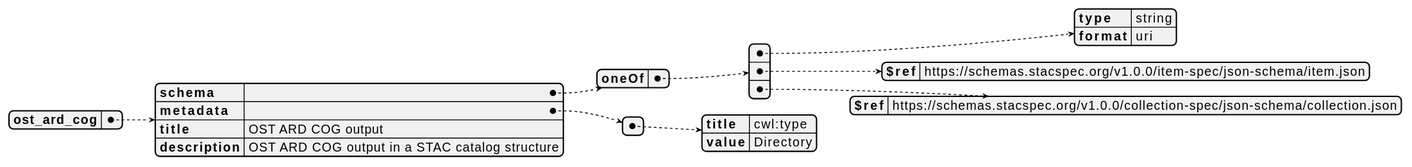
The PlantUML diagram docs/s1_subworkflow/ogc_processes_outputs.svg in Terradue/eoap-open-sar-toolkit, before a commit.
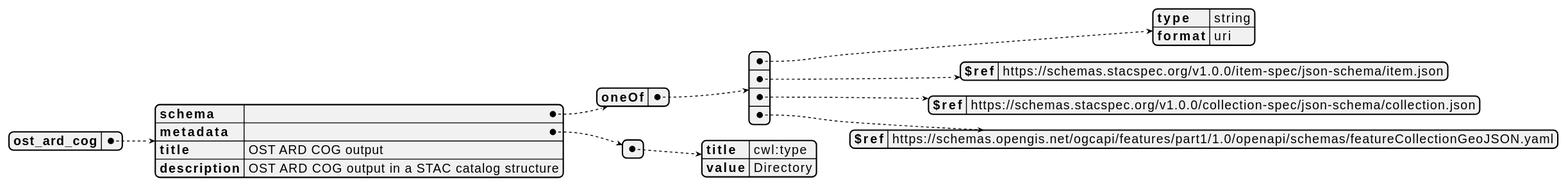
After the change.

Change to the diagram source:
```diff
@@ -12,6 +12,9 @@
         },
         {
           "$ref": "https://schemas.stacspec.org/v1.0.0/collection-spec/json-schema/collection.json"
+        },
+        {
+          "$ref": "https://schemas.opengis.net/ogcapi/features/part1/1.0/openapi/schemas/featureCollectionGeoJSON.yaml"
         }
       ]
     },
```
